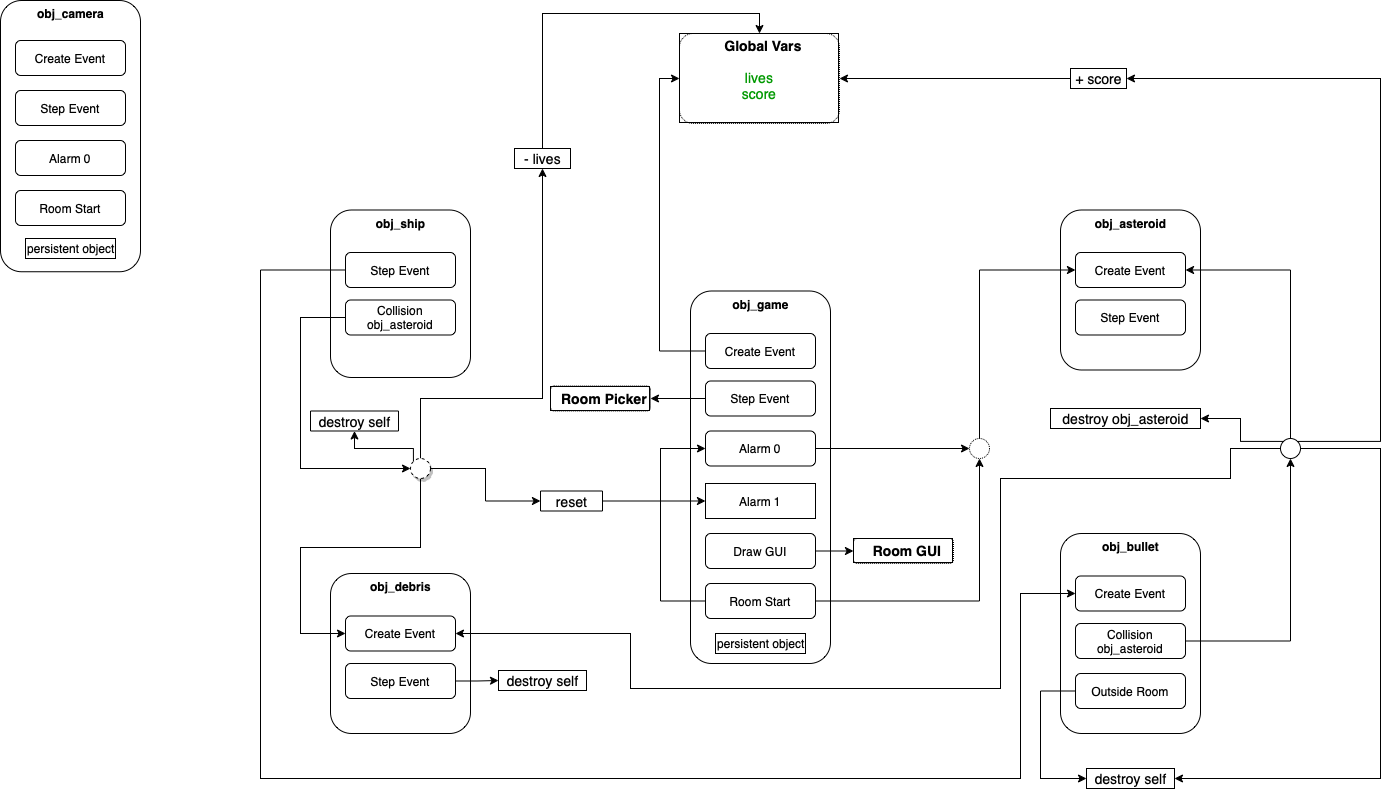
The draw.io diagram var/SpaceRocksGMLBasicGame.png in b1tc/SpaceRocksGML, before a commit. Source tidied: cells renumbered, new cells last; positions are measured from the earlier drawing's top-left corner, leaving out a move shared by most shapes.
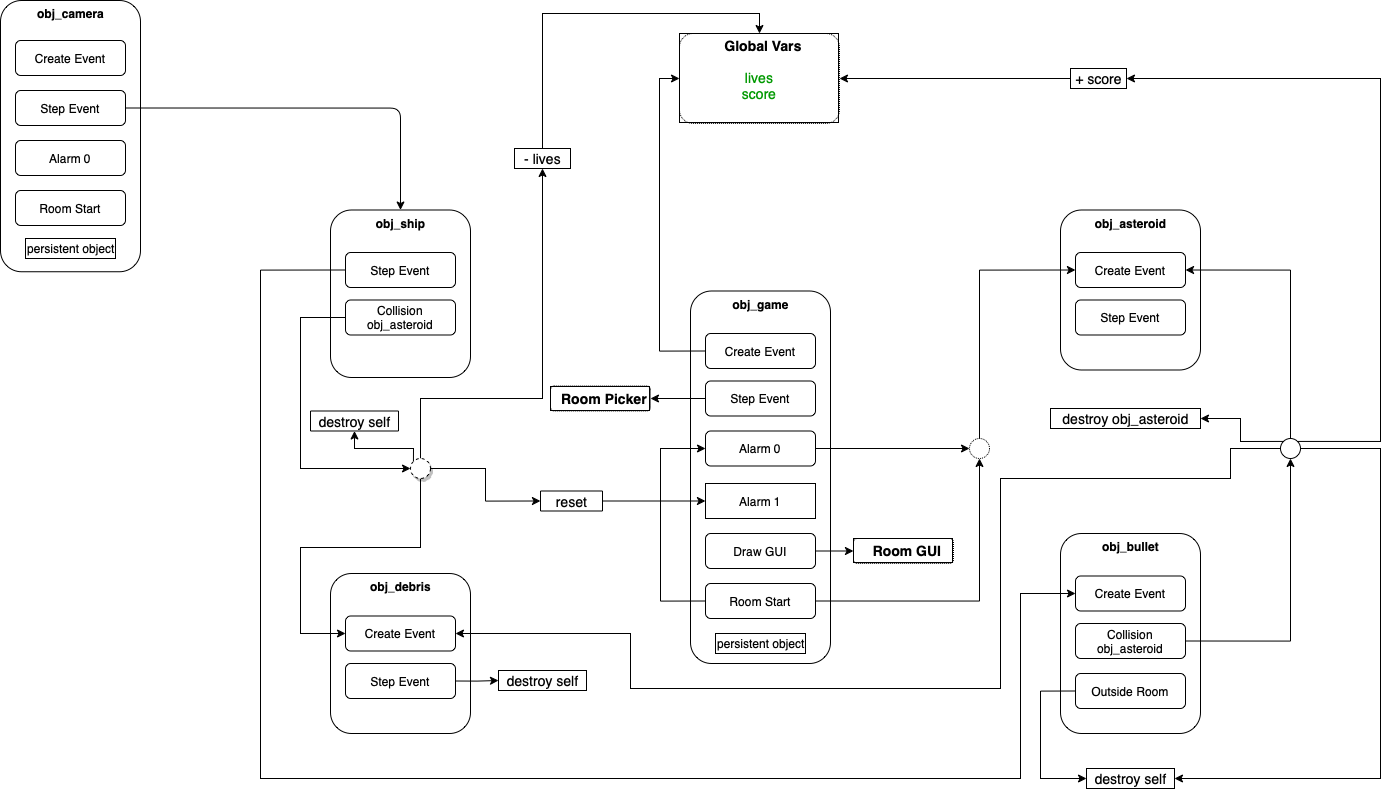
Later version of the same file.

What changed in the source:
```diff
@@ -245,6 +245,9 @@
     <mxCell id="63" value="Create Event" style="text;fillColor=none;align=center;verticalAlign=middle;spacingLeft=4;spacingRight=4;overflow=hidden;rounded=1;shadow=0;glass=0;sketch=0;strokeColor=black;" parent="1" vertex="1">
       <mxGeometry x="15" y="40" width="110" height="35" as="geometry" />
     </mxCell>
+    <mxCell id="70" style="edgeStyle=orthogonalEdgeStyle;curved=0;rounded=1;sketch=0;jettySize=auto;html=1;exitX=1;exitY=0.5;exitDx=0;exitDy=0;entryX=0.5;entryY=0;entryDx=0;entryDy=0;" parent="1" edge="1" source="64" target="15">
+      <mxGeometry relative="1" as="geometry" />
+    </mxCell>
     <mxCell id="64" value="Step Event" style="text;fillColor=none;align=center;verticalAlign=middle;spacingLeft=4;spacingRight=4;overflow=hidden;points=[[0,0.5],[1,0.5]];portConstraint=eastwest;rounded=1;shadow=0;glass=0;sketch=0;strokeColor=black;" parent="1" vertex="1">
       <mxGeometry x="15" y="90" width="110" height="35" as="geometry" />
     </mxCell>
```
